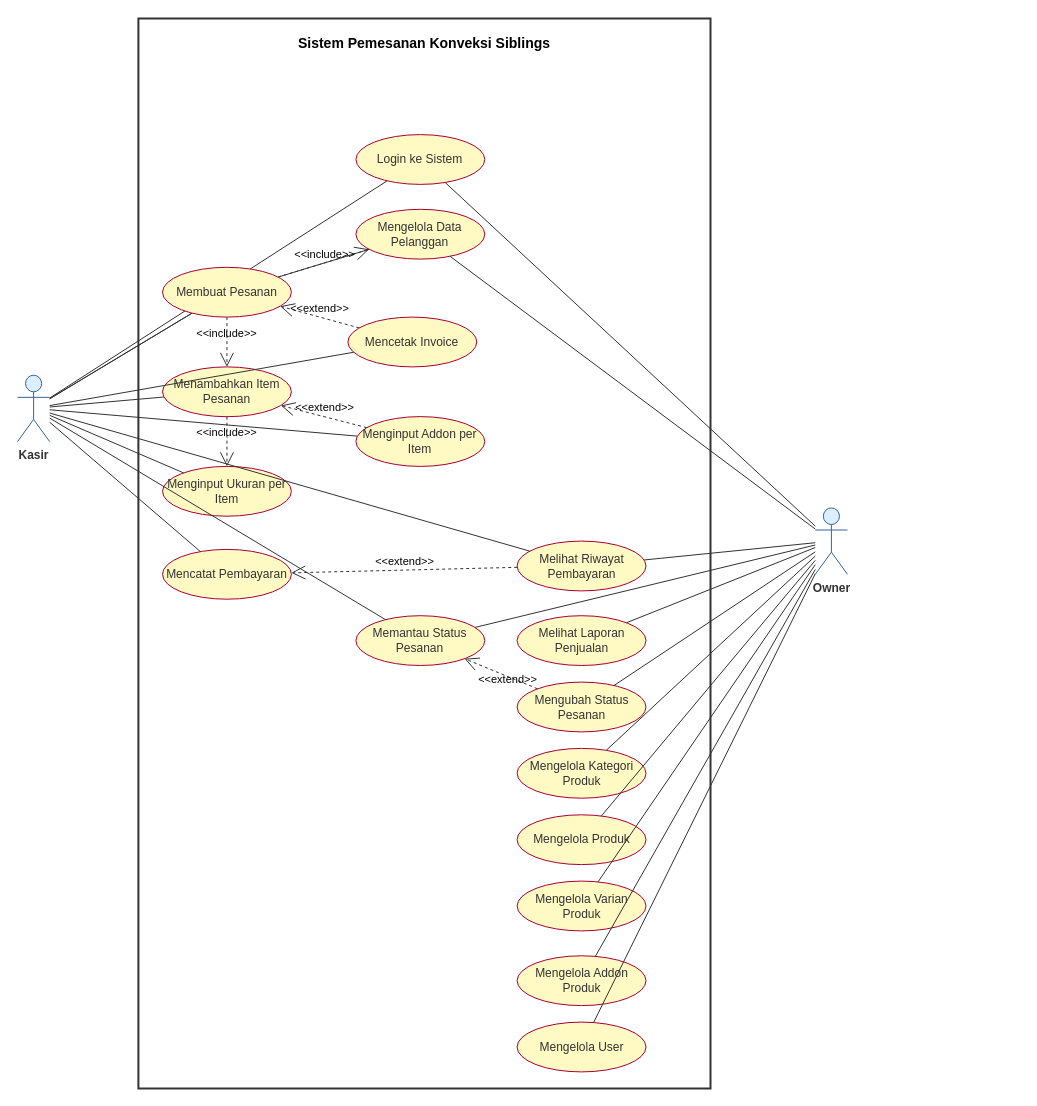
Before: page "USE CASE" (2 of 10) of ALL UML.drawio in K35x/si_siblings_uml, a draw.io diagram. Source tidied: cells renumbered, new cells numbered last; positions are measured from the earlier drawing's top-left corner, leaving out a move shared by most shapes. Both pictures are drawn from the tidied source at 100%, with x=0, y=0 at pixel (17, 18).
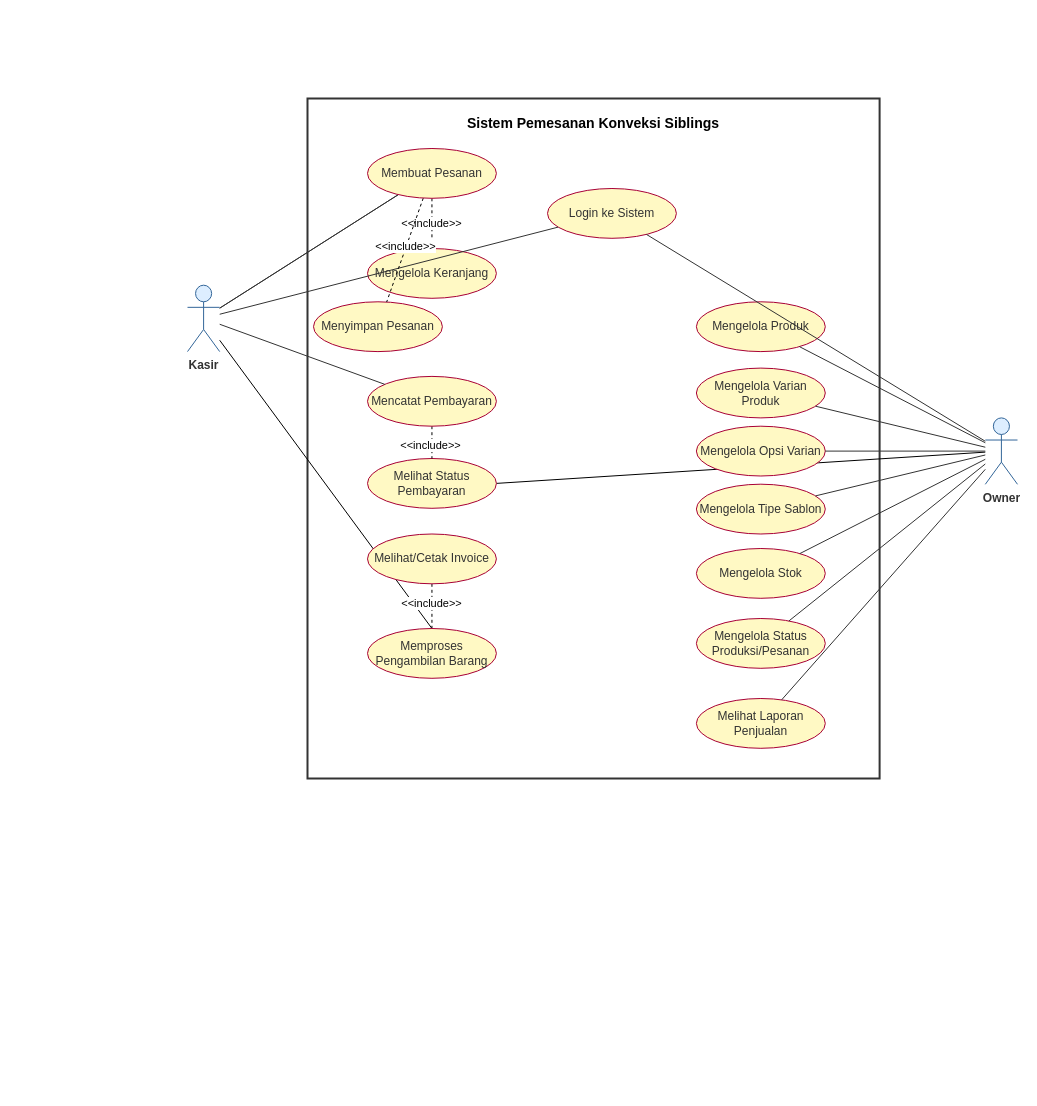
After the change.

What changed in the source:
```diff
@@
-    <mxCell id="2" style="group;" parent="1" vertex="1">
-      <mxGeometry width="830" height="1070" as="geometry" />
-    </mxCell>
-    <mxCell id="3" value="Sistem Pemesanan Konveksi Siblings" style="rounded=0;whiteSpace=wrap;html=1;fillColor=none;verticalAlign=top;align=center;fontStyle=1;fontSize=14;spacingTop=10;strokeColor=#333333;strokeWidth=2;" parent="2" vertex="1">
-      <mxGeometry x="120.9" width="572.1" height="1070" as="geometry" />
+    <mxCell id="3" value="Sistem Pemesanan Konveksi Siblings" style="rounded=0;whiteSpace=wrap;html=1;fillColor=none;verticalAlign=top;align=center;fontStyle=1;fontSize=14;spacingTop=10;strokeColor=#333333;strokeWidth=2;" parent="1" vertex="1">
+      <mxGeometry x="290" y="80" width="572.1" height="680" as="geometry" />
     </mxCell>
+    <mxCell id="52" style="rounded=0;jettySize=auto;html=1;entryX=0.5;entryY=0;entryDx=0;entryDy=0;endArrow=none;endFill=0;" parent="1" edge="1" source="4" target="60">
+      <mxGeometry relative="1" as="geometry" />
+    </mxCell>
-    <mxCell id="4" value="Kasir" style="shape=umlActor;verticalLabelPosition=bottom;verticalAlign=top;html=1;outlineConnect=0;fillColor=#DDEEFF;strokeColor=#336699;fontColor=#333333;fontStyle=1;" parent="2" vertex="1">
-      <mxGeometry y="356.7" width="32.2" height="66.4" as="geometry" />
+    <mxCell id="4" value="Kasir" style="shape=umlActor;verticalLabelPosition=bottom;verticalAlign=top;html=1;outlineConnect=0;fillColor=#DDEEFF;strokeColor=#336699;fontColor=#333333;fontStyle=1;" parent="1" vertex="1">
+      <mxGeometry x="170" y="266.7" width="32.2" height="66.4" as="geometry" />
     </mxCell>
+    <mxCell id="53" style="rounded=0;jettySize=auto;html=1;entryX=1;entryY=0.5;entryDx=0;entryDy=0;endArrow=none;endFill=0;" parent="1" edge="1" source="5" target="10">
+      <mxGeometry relative="1" as="geometry" />
+    </mxCell>
-    <mxCell id="5" value="Owner" style="shape=umlActor;verticalLabelPosition=bottom;verticalAlign=top;html=1;outlineConnect=0;fillColor=#DDEEFF;strokeColor=#336699;fontColor=#333333;fontStyle=1;" parent="2" vertex="1">
-      <mxGeometry x="797.8" y="489.4" width="32.2" height="66.4" as="geometry" />
+    <mxCell id="5" value="Owner" style="shape=umlActor;verticalLabelPosition=bottom;verticalAlign=top;html=1;outlineConnect=0;fillColor=#DDEEFF;strokeColor=#336699;fontColor=#333333;fontStyle=1;" parent="1" vertex="1">
+      <mxGeometry x="967.8" y="399.4" width="32.2" height="66.4" as="geometry" />
     </mxCell>
-    <mxCell id="6" value="Login ke Sistem" style="ellipse;whiteSpace=wrap;html=1;fillColor=#FFF9C4;strokeColor=#A80036;fontColor=#333333;" parent="2" vertex="1">
-      <mxGeometry x="338.4" y="116.1" width="128.9" height="49.8" as="geometry" />
+    <mxCell id="6" value="Login ke Sistem" style="ellipse;whiteSpace=wrap;html=1;fillColor=#FFF9C4;strokeColor=#A80036;fontColor=#333333;" parent="1" vertex="1">
+      <mxGeometry x="530" y="170" width="128.9" height="49.8" as="geometry" />
     </mxCell>
-    <mxCell id="7" value="Mengelola Data Pelanggan" style="ellipse;whiteSpace=wrap;html=1;fillColor=#FFF9C4;strokeColor=#A80036;fontColor=#333333;" parent="2" vertex="1">
-      <mxGeometry x="338.4" y="190.8" width="128.9" height="49.8" as="geometry" />
+    <mxCell id="7" value="Mengelola Produk" style="ellipse;whiteSpace=wrap;html=1;fillColor=#FFF9C4;strokeColor=#A80036;fontColor=#333333;" parent="1" vertex="1">
+      <mxGeometry x="678.9" y="283.3" width="128.9" height="49.8" as="geometry" />
     </mxCell>
-    <mxCell id="8" value="Mencetak Invoice" style="ellipse;whiteSpace=wrap;html=1;fillColor=#FFF9C4;strokeColor=#A80036;fontColor=#333333;" parent="2" vertex="1">
-      <mxGeometry x="330.4" y="298.6" width="128.9" height="49.8" as="geometry" />
+    <mxCell id="8" value="Mengelola Keranjang" style="ellipse;whiteSpace=wrap;html=1;fillColor=#FFF9C4;strokeColor=#A80036;fontColor=#333333;" parent="1" vertex="1">
+      <mxGeometry x="350" y="230" width="128.9" height="49.8" as="geometry" />
     </mxCell>
-    <mxCell id="9" value="Menambahkan Item Pesanan" style="ellipse;whiteSpace=wrap;html=1;fillColor=#FFF9C4;strokeColor=#A80036;fontColor=#333333;" parent="2" vertex="1">
-      <mxGeometry x="145" y="348.4" width="128.9" height="49.8" as="geometry" />
+    <mxCell id="9" value="Menyimpan Pesanan" style="ellipse;whiteSpace=wrap;html=1;fillColor=#FFF9C4;strokeColor=#A80036;fontColor=#333333;" parent="1" vertex="1">
+      <mxGeometry x="296" y="283.3" width="128.9" height="49.8" as="geometry" />
     </mxCell>
-    <mxCell id="10" value="Menginput Ukuran per Item" style="ellipse;whiteSpace=wrap;html=1;fillColor=#FFF9C4;strokeColor=#A80036;fontColor=#333333;" parent="2" vertex="1">
-      <mxGeometry x="145" y="447.9" width="128.9" height="49.8" as="geometry" />
+    <mxCell id="10" value="Melihat Status Pembayaran" style="ellipse;whiteSpace=wrap;html=1;fillColor=#FFF9C4;strokeColor=#A80036;fontColor=#333333;" parent="1" vertex="1">
+      <mxGeometry x="350" y="440" width="128.9" height="49.8" as="geometry" />
     </mxCell>
+    <mxCell id="54" style="rounded=0;jettySize=auto;html=1;endArrow=none;endFill=0;dashed=1;" parent="1" edge="1" source="11" target="10">
+      <mxGeometry relative="1" as="geometry" />
+    </mxCell>
+    <mxCell id="55" value="&amp;lt;&amp;lt;include&amp;gt;&amp;gt;" style="edgeLabel;html=1;align=center;verticalAlign=middle;" parent="54" vertex="1">
+      <mxGeometry x="0.15" y="-2" relative="1" as="geometry" />
+    </mxCell>
-    <mxCell id="11" value="Menginput Addon per Item" style="ellipse;whiteSpace=wrap;html=1;fillColor=#FFF9C4;strokeColor=#A80036;fontColor=#333333;" parent="2" vertex="1">
-      <mxGeometry x="338.4" y="398.1" width="128.9" height="49.8" as="geometry" />
+    <mxCell id="11" value="Mencatat Pembayaran" style="ellipse;whiteSpace=wrap;html=1;fillColor=#FFF9C4;strokeColor=#A80036;fontColor=#333333;" parent="1" vertex="1">
+      <mxGeometry x="350" y="357.9" width="128.9" height="49.8" as="geometry" />
     </mxCell>
+    <mxCell id="56" style="edgeStyle=orthogonalEdgeStyle;rounded=0;jettySize=auto;html=1;endArrow=none;endFill=0;dashed=1;" parent="1" edge="1" source="12" target="60">
+      <mxGeometry relative="1" as="geometry" />
+    </mxCell>
+    <mxCell id="57" value="&amp;lt;&amp;lt;include&amp;gt;&amp;gt;" style="edgeLabel;html=1;align=center;verticalAlign=middle;" parent="56" vertex="1">
+      <mxGeometry x="-0.13" y="-1" relative="1" as="geometry" />
+    </mxCell>
-    <mxCell id="12" value="Mencatat Pembayaran" style="ellipse;whiteSpace=wrap;html=1;fillColor=#FFF9C4;strokeColor=#A80036;fontColor=#333333;" parent="2" vertex="1">
-      <mxGeometry x="145" y="530.9" width="128.9" height="49.8" as="geometry" />
+    <mxCell id="12" value="Melihat/Cetak Invoice" style="ellipse;whiteSpace=wrap;html=1;fillColor=#FFF9C4;strokeColor=#A80036;fontColor=#333333;" parent="1" vertex="1">
+      <mxGeometry x="350" y="515.5" width="128.9" height="49.8" as="geometry" />
     </mxCell>
-    <mxCell id="13" value="Melihat Riwayat Pembayaran" style="ellipse;whiteSpace=wrap;html=1;fillColor=#FFF9C4;strokeColor=#A80036;fontColor=#333333;" parent="2" vertex="1">
-      <mxGeometry x="499.6" y="522.6" width="128.9" height="49.8" as="geometry" />
+    <mxCell id="13" value="Mengelola Varian Produk" style="ellipse;whiteSpace=wrap;html=1;fillColor=#FFF9C4;strokeColor=#A80036;fontColor=#333333;" parent="1" vertex="1">
+      <mxGeometry x="678.9" y="349.6" width="128.9" height="49.8" as="geometry" />
     </mxCell>
-    <mxCell id="14" value="Memantau Status Pesanan" style="ellipse;whiteSpace=wrap;html=1;fillColor=#FFF9C4;strokeColor=#A80036;fontColor=#333333;" parent="2" vertex="1">
-      <mxGeometry x="338.4" y="597.2" width="128.9" height="49.8" as="geometry" />
+    <mxCell id="14" value="Mengelola Opsi Varian" style="ellipse;whiteSpace=wrap;html=1;fillColor=#FFF9C4;strokeColor=#A80036;fontColor=#333333;" parent="1" vertex="1">
+      <mxGeometry x="678.9" y="407.7" width="128.9" height="49.8" as="geometry" />
     </mxCell>
-    <mxCell id="15" value="Mengubah Status Pesanan" style="ellipse;whiteSpace=wrap;html=1;fillColor=#FFF9C4;strokeColor=#A80036;fontColor=#333333;" parent="2" vertex="1">
-      <mxGeometry x="499.6" y="663.6" width="128.9" height="49.8" as="geometry" />
+    <mxCell id="15" value="Mengelola Stok" style="ellipse;whiteSpace=wrap;html=1;fillColor=#FFF9C4;strokeColor=#A80036;fontColor=#333333;" parent="1" vertex="1">
+      <mxGeometry x="678.9" y="530" width="128.9" height="49.8" as="geometry" />
     </mxCell>
-    <mxCell id="16" value="Melihat Laporan Penjualan" style="ellipse;whiteSpace=wrap;html=1;fillColor=#FFF9C4;strokeColor=#A80036;fontColor=#333333;" parent="2" vertex="1">
-      <mxGeometry x="499.6" y="597.2" width="128.9" height="49.8" as="geometry" />
+    <mxCell id="16" value="Mengelola Tipe Sablon" style="ellipse;whiteSpace=wrap;html=1;fillColor=#FFF9C4;strokeColor=#A80036;fontColor=#333333;" parent="1" vertex="1">
+      <mxGeometry x="678.9" y="465.7" width="128.9" height="49.8" as="geometry" />
     </mxCell>
-    <mxCell id="17" value="Mengelola Kategori Produk" style="ellipse;whiteSpace=wrap;html=1;fillColor=#FFF9C4;strokeColor=#A80036;fontColor=#333333;" parent="2" vertex="1">
-      <mxGeometry x="499.6" y="729.9" width="128.9" height="49.8" as="geometry" />
+    <mxCell id="17" value="Mengelola Status Produksi/Pesanan" style="ellipse;whiteSpace=wrap;html=1;fillColor=#FFF9C4;strokeColor=#A80036;fontColor=#333333;" parent="1" vertex="1">
+      <mxGeometry x="678.9" y="600" width="128.9" height="49.8" as="geometry" />
     </mxCell>
-    <mxCell id="18" value="Mengelola Produk" style="ellipse;whiteSpace=wrap;html=1;fillColor=#FFF9C4;strokeColor=#A80036;fontColor=#333333;" parent="2" vertex="1">
-      <mxGeometry x="499.6" y="796.3" width="128.9" height="49.8" as="geometry" />
-    </mxCell>
-    <mxCell id="19" value="Mengelola Varian Produk" style="ellipse;whiteSpace=wrap;html=1;fillColor=#FFF9C4;strokeColor=#A80036;fontColor=#333333;" parent="2" vertex="1">
-      <mxGeometry x="499.6" y="862.6" width="128.9" height="49.8" as="geometry" />
+    <mxCell id="19" value="Melihat Laporan Penjualan" style="ellipse;whiteSpace=wrap;html=1;fillColor=#FFF9C4;strokeColor=#A80036;fontColor=#333333;" parent="1" vertex="1">
+      <mxGeometry x="678.9" y="680" width="128.9" height="49.8" as="geometry" />
     </mxCell>
-    <mxCell id="20" value="Mengelola Addon Produk" style="ellipse;whiteSpace=wrap;html=1;fillColor=#FFF9C4;strokeColor=#A80036;fontColor=#333333;" parent="2" vertex="1">
-      <mxGeometry x="499.6" y="937.3" width="128.9" height="49.8" as="geometry" />
-    </mxCell>
-    <mxCell id="21" value="Mengelola User" style="ellipse;whiteSpace=wrap;html=1;fillColor=#FFF9C4;strokeColor=#A80036;fontColor=#333333;" parent="2" vertex="1">
-      <mxGeometry x="499.6" y="1003.6" width="128.9" height="49.8" as="geometry" />
-    </mxCell>
-    <mxCell id="22" style="endArrow=none;html=1;rounded=0;strokeColor=#333333;" parent="2" edge="1" source="4" target="6">
+    <mxCell id="22" style="endArrow=none;html=1;rounded=0;strokeColor=#333333;" parent="1" edge="1" source="4" target="6">
       <mxGeometry relative="1" as="geometry" />
     </mxCell>
-    <mxCell id="23" style="endArrow=none;html=1;rounded=0;strokeColor=#333333;" parent="2" edge="1" source="51" target="7">
-      <mxGeometry relative="1" as="geometry" />
-    </mxCell>
-    <mxCell id="24" style="endArrow=none;html=1;rounded=0;strokeColor=#333333;" parent="2" edge="1" source="4" target="51">
+    <mxCell id="24" style="endArrow=none;html=1;rounded=0;strokeColor=#333333;" parent="1" edge="1" source="4" target="51">
       <mxGeometry relative="1" as="geometry" />
     </mxCell>
-    <mxCell id="25" style="endArrow=none;html=1;rounded=0;strokeColor=#333333;" parent="2" edge="1" source="4" target="9">
-      <mxGeometry relative="1" as="geometry" />
-    </mxCell>
-    <mxCell id="26" style="endArrow=none;html=1;rounded=0;strokeColor=#333333;" parent="2" edge="1" source="4" target="10">
-      <mxGeometry relative="1" as="geometry" />
-    </mxCell>
-    <mxCell id="27" style="endArrow=none;html=1;rounded=0;strokeColor=#333333;" parent="2" edge="1" source="4" target="11">
+    <mxCell id="27" style="endArrow=none;html=1;rounded=0;strokeColor=#333333;" parent="1" edge="1" source="4" target="11">
       <mxGeometry relative="1" as="geometry" />
     </mxCell>
-    <mxCell id="28" style="endArrow=none;html=1;rounded=0;strokeColor=#333333;" parent="2" edge="1" source="4" target="12">
-      <mxGeometry relative="1" as="geometry" />
-    </mxCell>
-    <mxCell id="29" style="endArrow=none;html=1;rounded=0;strokeColor=#333333;" parent="2" edge="1" source="4" target="13">
-      <mxGeometry relative="1" as="geometry" />
-    </mxCell>
-    <mxCell id="30" style="endArrow=none;html=1;rounded=0;strokeColor=#333333;" parent="2" edge="1" source="4" target="8">
-      <mxGeometry relative="1" as="geometry" />
-    </mxCell>
-    <mxCell id="31" style="endArrow=none;html=1;rounded=0;strokeColor=#333333;" parent="2" edge="1" source="4" target="14">
-      <mxGeometry relative="1" as="geometry" />
-    </mxCell>
-    <mxCell id="32" style="endArrow=none;html=1;rounded=0;strokeColor=#333333;" parent="2" edge="1" source="5" target="6">
+    <mxCell id="32" style="endArrow=none;html=1;rounded=0;strokeColor=#333333;" parent="1" edge="1" source="5" target="6">
       <mxGeometry relative="1" as="geometry" />
     </mxCell>
-    <mxCell id="33" style="endArrow=none;html=1;rounded=0;strokeColor=#333333;" parent="2" edge="1" source="5" target="7">
+    <mxCell id="33" style="endArrow=none;html=1;rounded=0;strokeColor=#333333;" parent="1" edge="1" source="5" target="7">
       <mxGeometry relative="1" as="geometry" />
     </mxCell>
-    <mxCell id="34" style="endArrow=none;html=1;rounded=0;strokeColor=#333333;" parent="2" edge="1" source="5" target="14">
+    <mxCell id="34" style="endArrow=none;html=1;rounded=0;strokeColor=#333333;" parent="1" edge="1" source="5" target="14">
       <mxGeometry relative="1" as="geometry" />
     </mxCell>
-    <mxCell id="35" style="endArrow=none;html=1;rounded=0;strokeColor=#333333;" parent="2" edge="1" source="5" target="15">
+    <mxCell id="35" style="endArrow=none;html=1;rounded=0;strokeColor=#333333;" parent="1" edge="1" source="5" target="15">
       <mxGeometry relative="1" as="geometry" />
     </mxCell>
-    <mxCell id="36" style="endArrow=none;html=1;rounded=0;strokeColor=#333333;" parent="2" edge="1" source="5" target="16">
+    <mxCell id="36" style="endArrow=none;html=1;rounded=0;strokeColor=#333333;" parent="1" edge="1" source="5" target="16">
       <mxGeometry relative="1" as="geometry" />
     </mxCell>
-    <mxCell id="37" style="endArrow=none;html=1;rounded=0;strokeColor=#333333;" parent="2" edge="1" source="5" target="13">
+    <mxCell id="37" style="endArrow=none;html=1;rounded=0;strokeColor=#333333;" parent="1" edge="1" source="5" target="13">
       <mxGeometry relative="1" as="geometry" />
     </mxCell>
-    <mxCell id="38" style="endArrow=none;html=1;rounded=0;strokeColor=#333333;" parent="2" edge="1" source="5" target="17">
+    <mxCell id="38" style="endArrow=none;html=1;rounded=0;strokeColor=#333333;" parent="1" edge="1" source="5" target="17">
       <mxGeometry relative="1" as="geometry" />
     </mxCell>
-    <mxCell id="39" style="endArrow=none;html=1;rounded=0;strokeColor=#333333;" parent="2" edge="1" source="5" target="18">
-      <mxGeometry relative="1" as="geometry" />
-    </mxCell>
-    <mxCell id="40" style="endArrow=none;html=1;rounded=0;strokeColor=#333333;" parent="2" edge="1" source="5" target="19">
+    <mxCell id="40" style="endArrow=none;html=1;rounded=0;strokeColor=#333333;" parent="1" edge="1" source="5" target="19">
       <mxGeometry relative="1" as="geometry" />
     </mxCell>
-    <mxCell id="41" style="endArrow=none;html=1;rounded=0;strokeColor=#333333;" parent="2" edge="1" source="5" target="20">
-      <mxGeometry relative="1" as="geometry" />
-    </mxCell>
-    <mxCell id="42" style="endArrow=none;html=1;rounded=0;strokeColor=#333333;" parent="2" edge="1" source="5" target="21">
-      <mxGeometry relative="1" as="geometry" />
-    </mxCell>
-    <mxCell id="43" value="&amp;lt;&amp;lt;include&amp;gt;&amp;gt;" style="endArrow=open;endSize=12;dashed=1;html=1;rounded=0;align=center;verticalAlign=bottom;labelBackgroundColor=none;strokeColor=#333333;" parent="2" edge="1" source="51" target="7">
-      <mxGeometry relative="1" as="geometry" />
-    </mxCell>
+    <mxCell id="50" style="endArrow=none;html=1;rounded=0;strokeColor=#333333;" parent="1" edge="1" source="4" target="51">
+      <mxGeometry relative="1" as="geometry" />
+    </mxCell>
+    <mxCell id="58" value="&amp;lt;&amp;lt;include&amp;gt;&amp;gt;" style="edgeStyle=orthogonalEdgeStyle;rounded=0;jettySize=auto;html=1;endArrow=none;endFill=0;dashed=1;" parent="1" edge="1" source="51" target="8">
+      <mxGeometry relative="1" as="geometry" />
+    </mxCell>
-    <mxCell id="44" value="&amp;lt;&amp;lt;include&amp;gt;&amp;gt;" style="endArrow=open;endSize=12;dashed=1;html=1;rounded=0;align=center;verticalAlign=bottom;labelBackgroundColor=none;strokeColor=#333333;" parent="2" edge="1" source="51" target="9">
+    <mxCell id="44" style="rounded=0;jettySize=auto;html=1;endArrow=none;endFill=0;dashed=1;" parent="1" edge="1" source="51" target="9">
       <mxGeometry relative="1" as="geometry" />
     </mxCell>
-    <mxCell id="45" value="&amp;lt;&amp;lt;include&amp;gt;&amp;gt;" style="endArrow=open;endSize=12;dashed=1;html=1;rounded=0;align=center;verticalAlign=bottom;labelBackgroundColor=none;strokeColor=#333333;" parent="2" edge="1" source="9" target="10">
-      <mxGeometry relative="1" as="geometry" />
-    </mxCell>
-    <mxCell id="46" value="&amp;lt;&amp;lt;extend&amp;gt;&amp;gt;" style="endArrow=open;endSize=12;dashed=1;html=1;rounded=0;align=center;verticalAlign=bottom;labelBackgroundColor=none;strokeColor=#333333;" parent="2" edge="1" source="11" target="9">
-      <mxGeometry relative="1" as="geometry" />
-    </mxCell>
-    <mxCell id="47" value="&amp;lt;&amp;lt;extend&amp;gt;&amp;gt;" style="endArrow=open;endSize=12;dashed=1;html=1;rounded=0;align=center;verticalAlign=bottom;labelBackgroundColor=none;strokeColor=#333333;" parent="2" edge="1" source="8" target="51">
-      <mxGeometry relative="1" as="geometry" />
-    </mxCell>
-    <mxCell id="48" value="&amp;lt;&amp;lt;extend&amp;gt;&amp;gt;" style="endArrow=open;endSize=12;dashed=1;html=1;rounded=0;align=center;verticalAlign=bottom;labelBackgroundColor=none;strokeColor=#333333;" parent="2" edge="1" source="13" target="12">
-      <mxGeometry relative="1" as="geometry" />
-    </mxCell>
-    <mxCell id="49" value="&amp;lt;&amp;lt;extend&amp;gt;&amp;gt;" style="endArrow=open;endSize=12;dashed=1;html=1;rounded=0;align=center;verticalAlign=bottom;labelBackgroundColor=none;strokeColor=#333333;" parent="2" edge="1" source="15" target="14">
-      <mxGeometry x="-0.29" y="11" relative="1" as="geometry" />
-    </mxCell>
-    <mxCell id="50" style="endArrow=none;html=1;rounded=0;strokeColor=#333333;" parent="2" edge="1" source="4" target="51">
-      <mxGeometry relative="1" as="geometry" />
-    </mxCell>
+    <mxCell id="59" value="&amp;lt;&amp;lt;include&amp;gt;&amp;gt;" style="edgeLabel;html=1;align=center;verticalAlign=middle;" parent="44" vertex="1">
+      <mxGeometry x="-0.08" y="-1" relative="1" as="geometry" />
+    </mxCell>
-    <mxCell id="51" value="Membuat Pesanan" style="ellipse;whiteSpace=wrap;html=1;fillColor=#FFF9C4;strokeColor=#A80036;fontColor=#333333;" parent="2" vertex="1">
-      <mxGeometry x="145" y="248.8" width="128.9" height="49.8" as="geometry" />
+    <mxCell id="51" value="Membuat Pesanan" style="ellipse;whiteSpace=wrap;html=1;fillColor=#FFF9C4;strokeColor=#A80036;fontColor=#333333;" parent="1" vertex="1">
+      <mxGeometry x="350" y="130" width="128.9" height="49.8" as="geometry" />
     </mxCell>
+    <mxCell id="60" value="Memproses Pengambilan Barang" style="ellipse;whiteSpace=wrap;html=1;fillColor=#FFF9C4;strokeColor=#A80036;fontColor=#333333;" parent="1" vertex="1">
+      <mxGeometry x="350" y="610" width="128.9" height="49.8" as="geometry" />
+    </mxCell>
```
